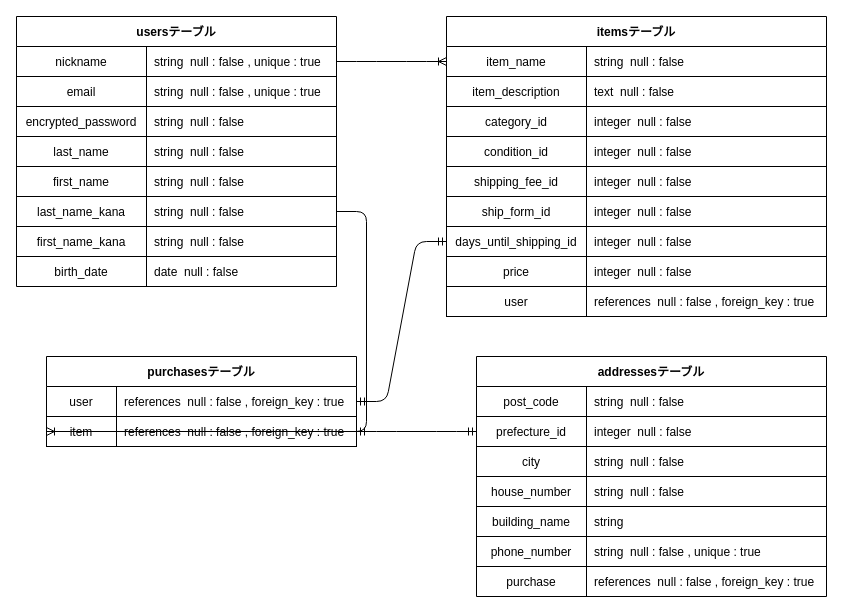
The draw.io diagram furima-31133.dio in ka91uver/furima-31133, before the edit. Source tidied: cells renumbered, new cells numbered last; positions are measured from the earlier drawing's top-left corner, leaving out a move shared by most shapes. Both pictures are drawn from the tidied source at 100%, with x=0, y=0 at pixel (16, 16).
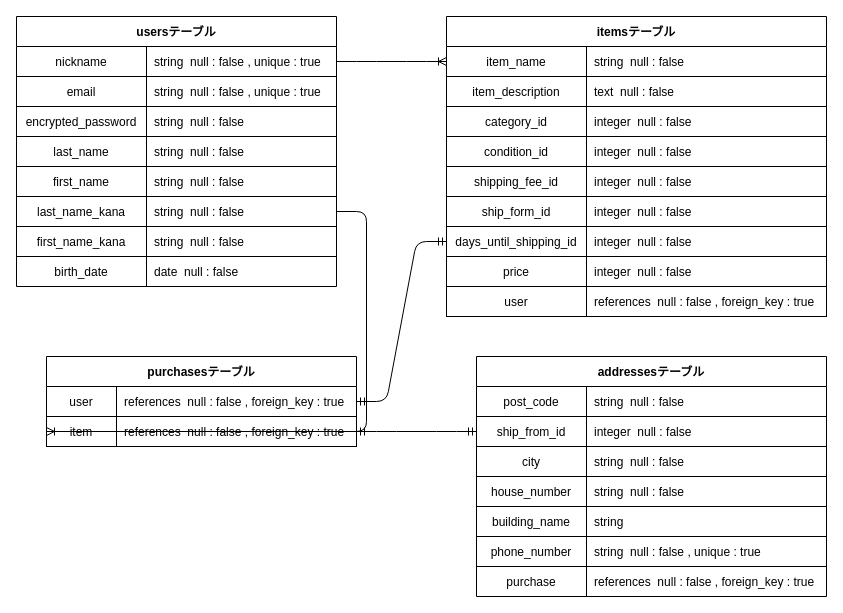
The same page after the edit.

Unchanged cells that the change refers to:
```xml
<mxCell id="69" style="shape=partialRectangle;fillColor=none;top=0;left=0;bottom=0;right=0;points=[[0,0.5],[1,0.5]];portConstraint=eastwest;" parent="65" vertex="1">
  <mxGeometry y="60" width="350" height="30" as="geometry" />
</mxCell>
```

What changed in the source:
```diff
@@
-    <mxCell id="70" value="prefecture_id" style="shape=partialRectangle;fillColor=none;top=0;left=0;bottom=1;right=0;overflow=hidden;" parent="69" vertex="1">
+    <mxCell id="70" value="ship_from_id" style="shape=partialRectangle;fillColor=none;top=0;left=0;bottom=1;right=0;overflow=hidden;" parent="69" vertex="1">
       <mxGeometry width="110" height="30" as="geometry" />
     </mxCell>
```
